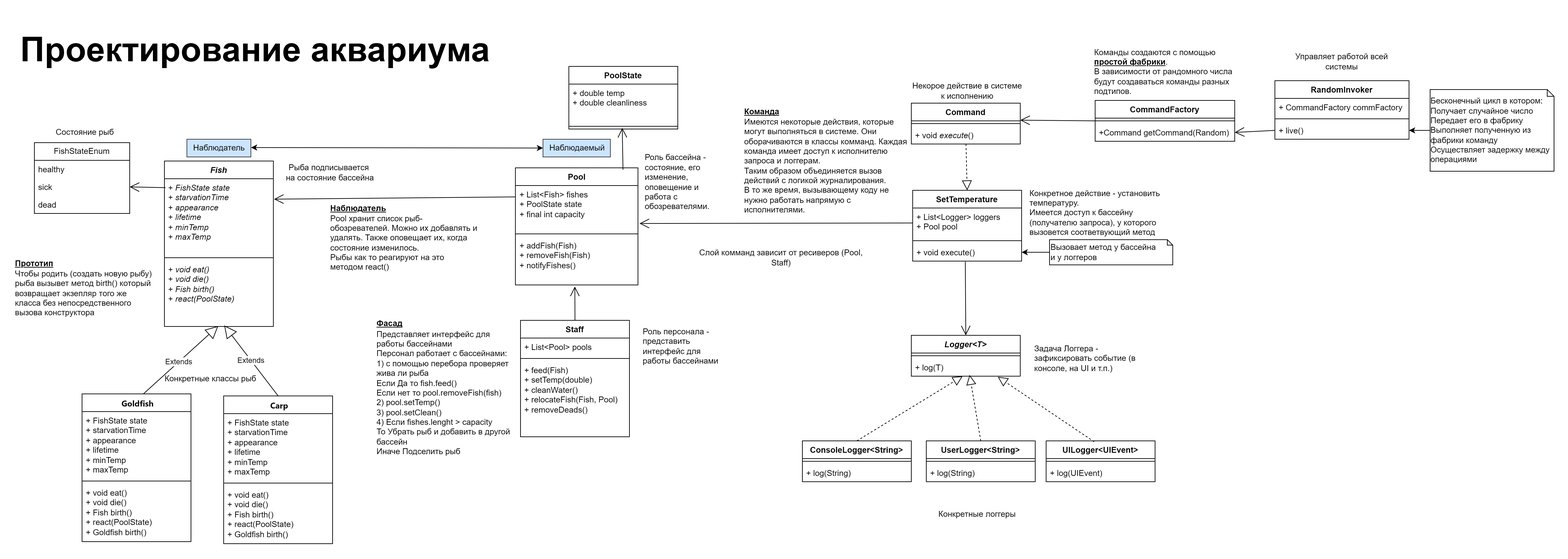
Before: OOP Patterns/UML.png, a diagram exported from draw.io (Sadhorsephile/flutter_trainee_practice). Source tidied: cells renumbered, new cells last; positions are measured from the earlier drawing's top-left corner, leaving out a move shared by most shapes.
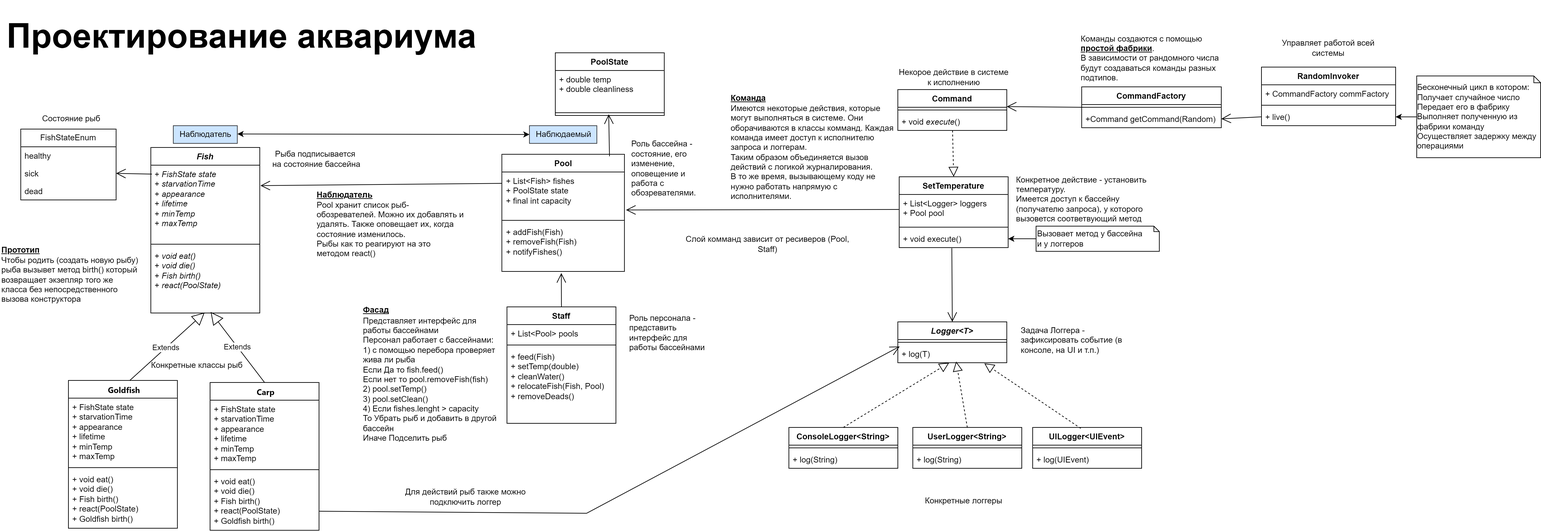
Above is the later version.

Commit message:
SI-4553 Добавил рыбам логгер

Change to the diagram source:
```diff
@@ -242,7 +242,7 @@
       <mxGeometry relative="1" as="geometry" />
     </mxCell>
     <mxCell id="81" value="Задача Логгера - зафиксировать событие (в консоле, на UI и т.п.)" style="text;html=1;strokeColor=none;fillColor=none;align=left;verticalAlign=middle;whiteSpace=wrap;rounded=0;" parent="1" vertex="1">
-      <mxGeometry x="1497" y="472" width="177" height="67" as="geometry" />
+      <mxGeometry x="1497" y="465" width="177" height="67" as="geometry" />
     </mxCell>
     <mxCell id="82" value="Управляет работой всей системы" style="text;html=1;strokeColor=none;fillColor=none;align=center;verticalAlign=middle;whiteSpace=wrap;rounded=0;" parent="1" vertex="1">
       <mxGeometry x="1872" y="45" width="157" height="49" as="geometry" />
@@ -277,5 +277,16 @@
     <mxCell id="92" value="Конкретные логгеры" style="text;html=1;strokeColor=none;fillColor=none;align=center;verticalAlign=middle;whiteSpace=wrap;rounded=0;" parent="1" vertex="1">
       <mxGeometry x="1320" y="720" width="190" height="30" as="geometry" />
     </mxCell>
+    <mxCell id="93" value="Для действий рыб также можно подключить логгер" style="text;html=1;strokeColor=none;fillColor=none;align=center;verticalAlign=middle;whiteSpace=wrap;rounded=0;" parent="1" vertex="1">
+      <mxGeometry x="578" y="711" width="210.5" height="35" as="geometry" />
+    </mxCell>
+    <mxCell id="94" style="endArrow=open;endFill=1;endSize=12;html=1;rounded=0;entryX=0.017;entryY=0.082;entryDx=0;entryDy=0;entryPerimeter=0;" parent="1" edge="1" target="51">
+      <mxGeometry relative="1" as="geometry">
+        <mxPoint x="468" y="750" as="sourcePoint" />
+        <Array as="points">
+          <mxPoint x="861" y="753" />
+        </Array>
+      </mxGeometry>
+    </mxCell>
   </root>
 </mxGraphModel>
```
